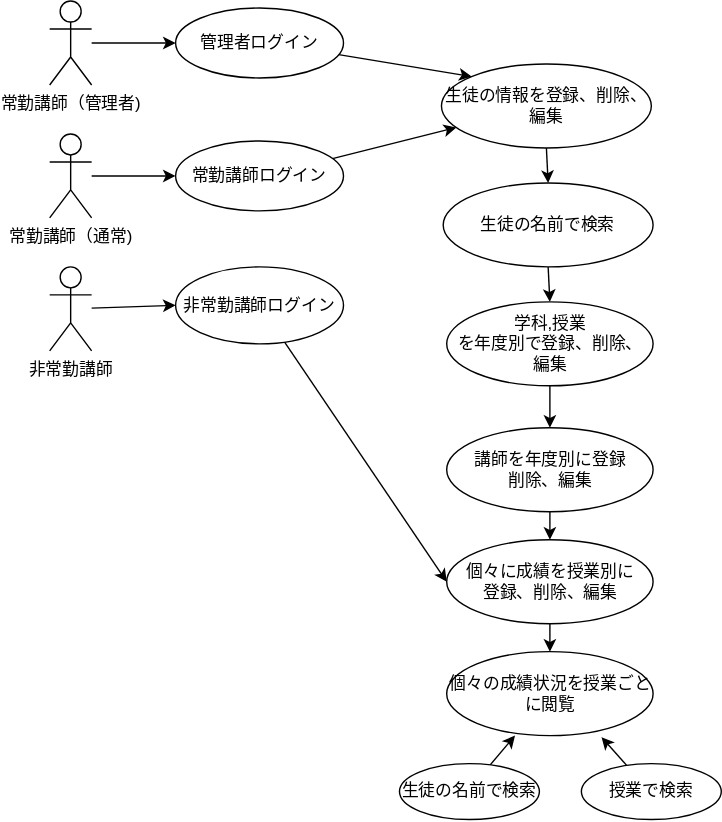
This is teamG.drawio.svg from Skypeace8585/uml-introduction, a draw.io export, as it was before one commit. Source tidied: cells renumbered, new cells last; positions are measured from the earlier drawing's top-left corner, leaving out a move shared by most shapes.
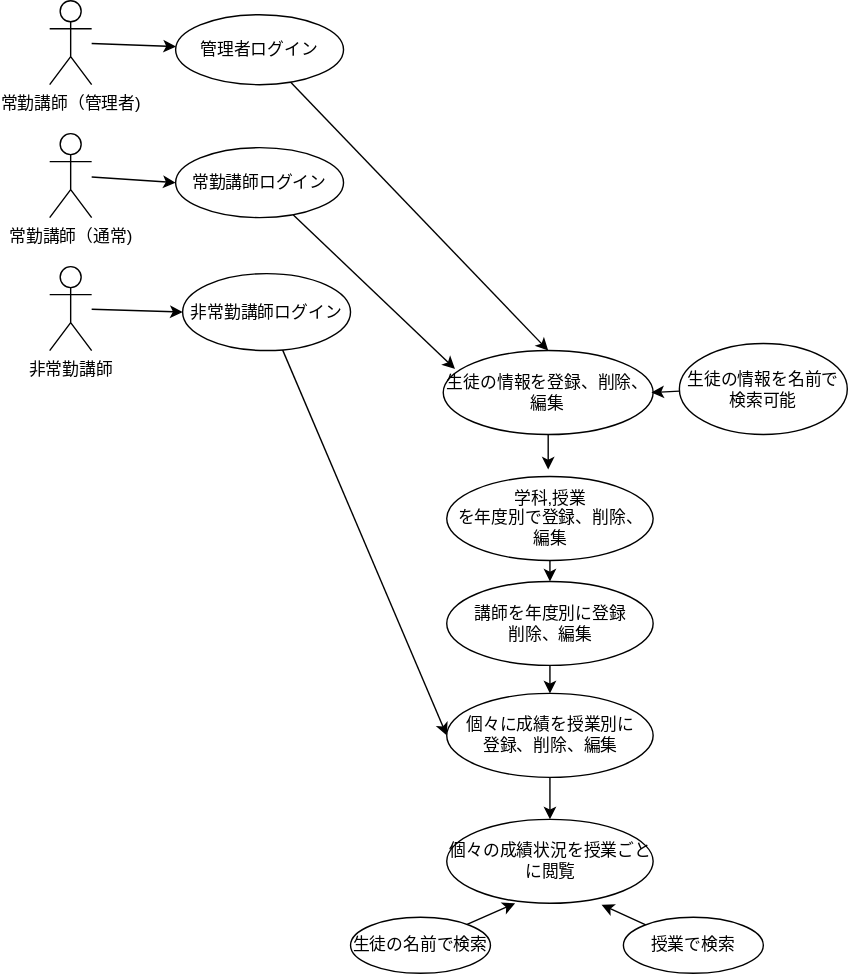
Above is the later version.

Diff of the diagram source:
```diff
@@ -2,62 +2,63 @@
   <root>
     <mxCell id="0" />
     <mxCell id="1" parent="0" />
-    <mxCell id="2" style="edgeStyle=none;html=1;entryX=0.5;entryY=0;entryDx=0;entryDy=0;" parent="1" edge="1" source="3" target="5">
-      <mxGeometry relative="1" as="geometry" />
-    </mxCell>
+    <mxCell id="29" style="edgeStyle=none;html=1;" parent="1" edge="1" source="3">
+      <mxGeometry relative="1" as="geometry">
+        <mxPoint x="356.2" y="275" as="targetPoint" />
+      </mxGeometry>
+    </mxCell>
+    <mxCell id="30" style="edgeStyle=none;html=1;" parent="1" edge="1" source="3">
+      <mxGeometry relative="1" as="geometry">
+        <mxPoint x="356.2" y="335" as="targetPoint" />
+      </mxGeometry>
+    </mxCell>
     <mxCell id="3" value="生徒の情報を登録、削除、編集" style="ellipse;whiteSpace=wrap;html=1;" parent="1" vertex="1">
-      <mxGeometry x="280" y="45" width="150" height="60" as="geometry" />
+      <mxGeometry x="281.2" y="250" width="150" height="60" as="geometry" />
     </mxCell>
-    <mxCell id="4" style="edgeStyle=none;html=1;exitX=0.5;exitY=1;exitDx=0;exitDy=0;entryX=0.5;entryY=0;entryDx=0;entryDy=0;" parent="1" edge="1" source="5" target="11">
-      <mxGeometry relative="1" as="geometry" />
-    </mxCell>
-    <mxCell id="5" value="生徒の名前で検索" style="ellipse;whiteSpace=wrap;html=1;" parent="1" vertex="1">
-      <mxGeometry x="281.2" y="130" width="150" height="60" as="geometry" />
-    </mxCell>
-    <mxCell id="6" style="edgeStyle=none;html=1;entryX=0;entryY=0;entryDx=0;entryDy=0;" parent="1" edge="1" source="7" target="3">
+    <mxCell id="6" style="edgeStyle=none;html=1;entryX=0.5;entryY=0;entryDx=0;entryDy=0;" parent="1" edge="1" source="7" target="3">
       <mxGeometry relative="1" as="geometry" />
     </mxCell>
     <mxCell id="7" value="管理者ログイン" style="ellipse;whiteSpace=wrap;html=1;" parent="1" vertex="1">
-      <mxGeometry x="90" y="5" width="120" height="50" as="geometry" />
+      <mxGeometry x="90" y="10" width="120" height="50" as="geometry" />
     </mxCell>
-    <mxCell id="8" style="edgeStyle=none;html=1;" parent="1" edge="1" source="9" target="3">
+    <mxCell id="8" style="edgeStyle=none;html=1;entryX=0.056;entryY=0.219;entryDx=0;entryDy=0;entryPerimeter=0;" parent="1" edge="1" source="9" target="3">
       <mxGeometry relative="1" as="geometry" />
     </mxCell>
     <mxCell id="9" value="常勤講師ログイン" style="ellipse;whiteSpace=wrap;html=1;" parent="1" vertex="1">
-      <mxGeometry x="90" y="100" width="120" height="50" as="geometry" />
+      <mxGeometry x="90" y="105" width="120" height="50" as="geometry" />
     </mxCell>
     <mxCell id="10" style="edgeStyle=none;html=1;exitX=0.5;exitY=1;exitDx=0;exitDy=0;entryX=0.5;entryY=0;entryDx=0;entryDy=0;" parent="1" edge="1" source="11" target="13">
       <mxGeometry relative="1" as="geometry" />
     </mxCell>
     <mxCell id="11" value="学科,授業&lt;br&gt;を年度別で登録、削除、&lt;br&gt;編集" style="ellipse;whiteSpace=wrap;html=1;" parent="1" vertex="1">
-      <mxGeometry x="283.8" y="215" width="147.5" height="60" as="geometry" />
+      <mxGeometry x="283.8" y="340" width="147.5" height="60" as="geometry" />
     </mxCell>
     <mxCell id="12" style="edgeStyle=none;html=1;exitX=0.5;exitY=1;exitDx=0;exitDy=0;entryX=0.5;entryY=0;entryDx=0;entryDy=0;" parent="1" edge="1" source="13" target="17">
       <mxGeometry relative="1" as="geometry" />
     </mxCell>
     <mxCell id="13" value="講師を年度別に登録&lt;br&gt;削除、編集" style="ellipse;whiteSpace=wrap;html=1;" parent="1" vertex="1">
-      <mxGeometry x="283.8" y="305" width="147.5" height="60" as="geometry" />
+      <mxGeometry x="283.8" y="415" width="147.5" height="60" as="geometry" />
     </mxCell>
     <mxCell id="14" style="edgeStyle=none;html=1;entryX=0;entryY=0.5;entryDx=0;entryDy=0;" parent="1" edge="1" source="15" target="17">
       <mxGeometry relative="1" as="geometry" />
     </mxCell>
     <mxCell id="15" value="非常勤講師ログイン" style="ellipse;whiteSpace=wrap;html=1;" parent="1" vertex="1">
-      <mxGeometry x="90" y="190" width="120" height="55" as="geometry" />
+      <mxGeometry x="95" y="195" width="120" height="55" as="geometry" />
     </mxCell>
     <mxCell id="16" style="edgeStyle=none;html=1;exitX=0.5;exitY=1;exitDx=0;exitDy=0;entryX=0.5;entryY=0;entryDx=0;entryDy=0;" parent="1" edge="1" source="17" target="20">
       <mxGeometry relative="1" as="geometry" />
     </mxCell>
     <mxCell id="17" value="個々に成績を授業別に&lt;br&gt;登録、削除、編集" style="ellipse;whiteSpace=wrap;html=1;" parent="1" vertex="1">
-      <mxGeometry x="283.8" y="385" width="147.5" height="60" as="geometry" />
+      <mxGeometry x="283.8" y="495" width="147.5" height="60" as="geometry" />
     </mxCell>
     <mxCell id="18" style="edgeStyle=none;html=1;entryX=0.331;entryY=1;entryDx=0;entryDy=0;entryPerimeter=0;" parent="1" edge="1" source="19" target="20">
       <mxGeometry relative="1" as="geometry" />
     </mxCell>
     <mxCell id="19" value="生徒の名前で検索" style="ellipse;whiteSpace=wrap;html=1;" parent="1" vertex="1">
-      <mxGeometry x="250" y="545" width="100" height="40" as="geometry" />
+      <mxGeometry x="215" y="655" width="100" height="40" as="geometry" />
     </mxCell>
     <mxCell id="20" value="個々の成績状況を授業ごとに閲覧" style="ellipse;whiteSpace=wrap;html=1;" parent="1" vertex="1">
-      <mxGeometry x="283.8" y="465" width="147.5" height="60" as="geometry" />
+      <mxGeometry x="283.8" y="585" width="147.5" height="60" as="geometry" />
     </mxCell>
     <mxCell id="21" style="edgeStyle=none;html=1;" parent="1" edge="1" source="22" target="7">
       <mxGeometry relative="1" as="geometry" />
@@ -81,7 +82,15 @@
       <mxGeometry relative="1" as="geometry" />
     </mxCell>
     <mxCell id="28" value="授業で検索" style="ellipse;whiteSpace=wrap;html=1;" parent="1" vertex="1">
-      <mxGeometry x="380" y="545" width="100" height="40" as="geometry" />
+      <mxGeometry x="410" y="655" width="100" height="40" as="geometry" />
     </mxCell>
+    <mxCell id="31" style="edgeStyle=none;html=1;" parent="1" edge="1" source="32">
+      <mxGeometry relative="1" as="geometry">
+        <mxPoint x="430" y="280" as="targetPoint" />
+      </mxGeometry>
+    </mxCell>
+    <mxCell id="32" value="生徒の情報を名前で&lt;br&gt;検索可能" style="ellipse;whiteSpace=wrap;html=1;" parent="1" vertex="1">
+      <mxGeometry x="450" y="245" width="120" height="65" as="geometry" />
+    </mxCell>
   </root>
 </mxGraphModel>
```
